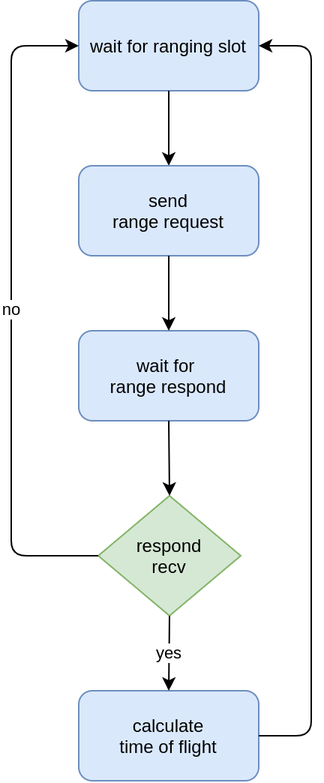
This is reports/03_firmware/img/twr_initiator.png from tuannv-github/uwb-ips, a draw.io export, as it was before one commit. Source tidied: cells renumbered, new cells last; positions are measured from the earlier drawing's top-left corner, leaving out a move shared by most shapes.
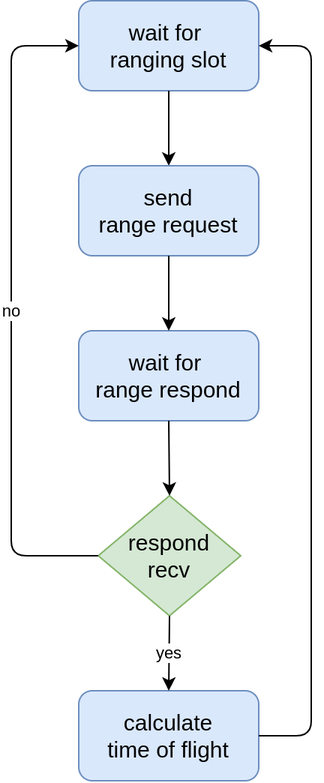
After the commit.

Diff of the diagram source:
```diff
@@ -2,22 +2,22 @@
   <root>
     <mxCell id="0" />
     <mxCell id="1" parent="0" />
-    <mxCell id="2" value="wait for ranging slot" style="rounded=1;whiteSpace=wrap;html=1;fillColor=#dae8fc;strokeColor=#6c8ebf;" parent="1" vertex="1">
+    <mxCell id="2" value="&lt;font style=&quot;font-size: 15px&quot;&gt;wait for &lt;br&gt;ranging slot&lt;/font&gt;" style="rounded=1;whiteSpace=wrap;html=1;fillColor=#dae8fc;strokeColor=#6c8ebf;" parent="1" vertex="1">
       <mxGeometry x="45" width="120" height="60" as="geometry" />
     </mxCell>
     <mxCell id="3" style="endArrow=classic;html=1;exitX=0.5;exitY=1;exitDx=0;exitDy=0;entryX=0.5;entryY=0;entryDx=0;entryDy=0;" parent="1" edge="1" source="2" target="4">
       <mxGeometry relative="1" as="geometry" />
     </mxCell>
-    <mxCell id="4" value="send&lt;br&gt;range request" style="rounded=1;whiteSpace=wrap;html=1;fillColor=#dae8fc;strokeColor=#6c8ebf;" parent="1" vertex="1">
+    <mxCell id="4" value="&lt;font style=&quot;font-size: 15px&quot;&gt;send&lt;br&gt;range request&lt;/font&gt;" style="rounded=1;whiteSpace=wrap;html=1;fillColor=#dae8fc;strokeColor=#6c8ebf;" parent="1" vertex="1">
       <mxGeometry x="45" y="110" width="120" height="60" as="geometry" />
     </mxCell>
-    <mxCell id="5" value="wait for &lt;br&gt;range respond" style="rounded=1;whiteSpace=wrap;html=1;fillColor=#dae8fc;strokeColor=#6c8ebf;" parent="1" vertex="1">
+    <mxCell id="5" value="&lt;font style=&quot;font-size: 15px&quot;&gt;wait for &lt;br&gt;range respond&lt;/font&gt;" style="rounded=1;whiteSpace=wrap;html=1;fillColor=#dae8fc;strokeColor=#6c8ebf;" parent="1" vertex="1">
       <mxGeometry x="45" y="220" width="120" height="60" as="geometry" />
     </mxCell>
     <mxCell id="6" style="endArrow=classic;html=1;exitX=0.5;exitY=1;exitDx=0;exitDy=0;entryX=0.5;entryY=0;entryDx=0;entryDy=0;" parent="1" edge="1" source="4" target="5">
       <mxGeometry relative="1" as="geometry" />
     </mxCell>
-    <mxCell id="7" value="respond&lt;br&gt;recv" style="rhombus;whiteSpace=wrap;html=1;fillColor=#d5e8d4;strokeColor=#82b366;" parent="1" vertex="1">
+    <mxCell id="7" value="&lt;font style=&quot;font-size: 15px&quot;&gt;respond&lt;br&gt;recv&lt;/font&gt;" style="rhombus;whiteSpace=wrap;html=1;fillColor=#d5e8d4;strokeColor=#82b366;" parent="1" vertex="1">
       <mxGeometry x="58" y="330" width="95" height="80" as="geometry" />
     </mxCell>
     <mxCell id="8" style="endArrow=classic;html=1;exitX=0.5;exitY=1;exitDx=0;exitDy=0;entryX=0.5;entryY=0;entryDx=0;entryDy=0;" parent="1" edge="1" source="5" target="7">
@@ -31,7 +31,7 @@
         </Array>
       </mxGeometry>
     </mxCell>
-    <mxCell id="10" value="calculate&lt;br&gt;time of flight" style="rounded=1;whiteSpace=wrap;html=1;fillColor=#dae8fc;strokeColor=#6c8ebf;" parent="1" vertex="1">
+    <mxCell id="10" value="&lt;font style=&quot;font-size: 15px&quot;&gt;calculate&lt;br&gt;time of flight&lt;/font&gt;" style="rounded=1;whiteSpace=wrap;html=1;fillColor=#dae8fc;strokeColor=#6c8ebf;" parent="1" vertex="1">
       <mxGeometry x="45" y="460" width="120" height="60" as="geometry" />
     </mxCell>
     <mxCell id="11" value="yes" style="endArrow=classic;html=1;exitX=0.5;exitY=1;exitDx=0;exitDy=0;entryX=0.5;entryY=0;entryDx=0;entryDy=0;" parent="1" edge="1" source="7" target="10">
```
